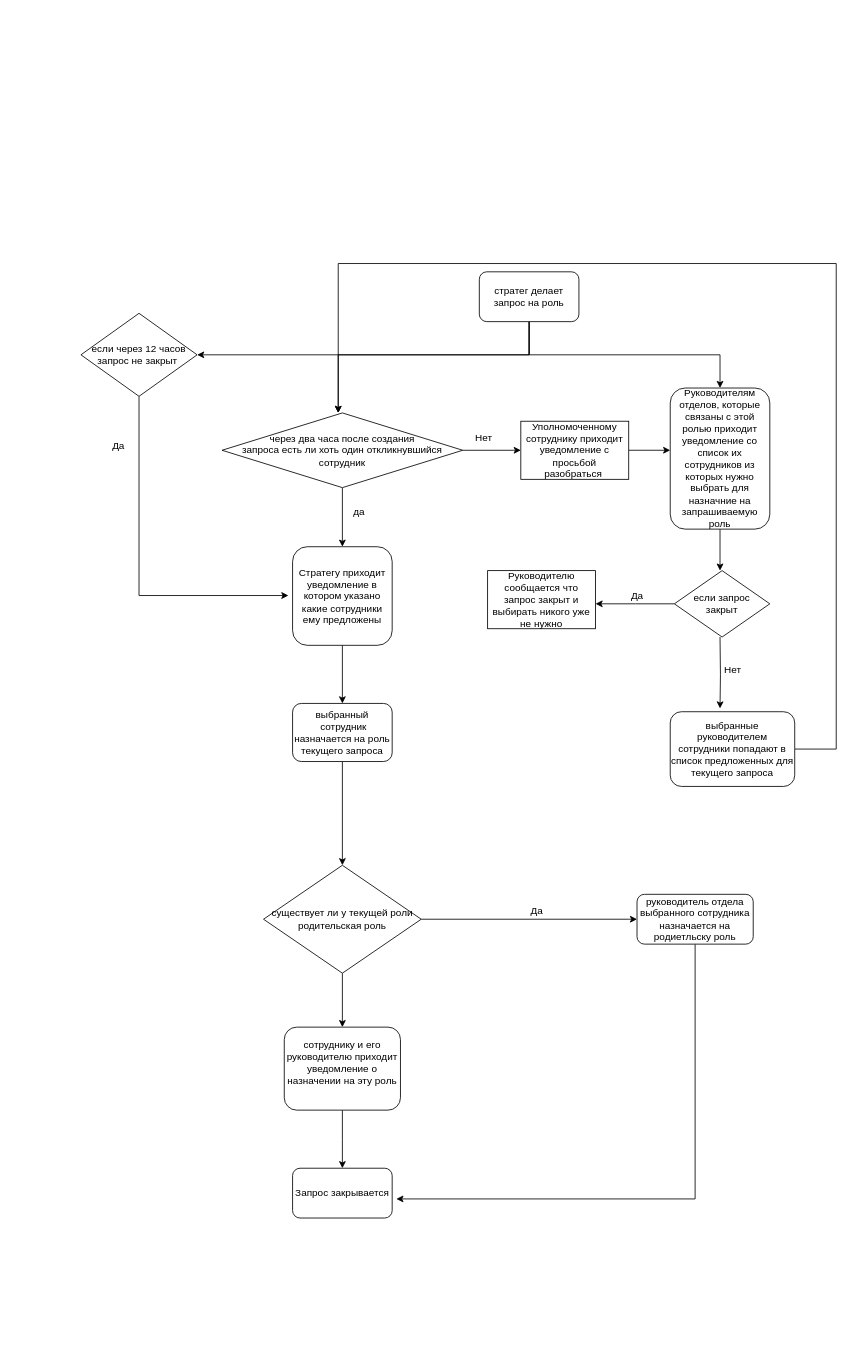
Above: Role_requests.drawio in IvanSlyadnev/chat (draw.io), before the change. Source tidied: cells renumbered, new cells numbered last; positions are measured from the earlier drawing's top-left corner, leaving out a move shared by most shapes. Both pictures are drawn from the tidied source at 83%, with x=0, y=0 at pixel (81, 263).
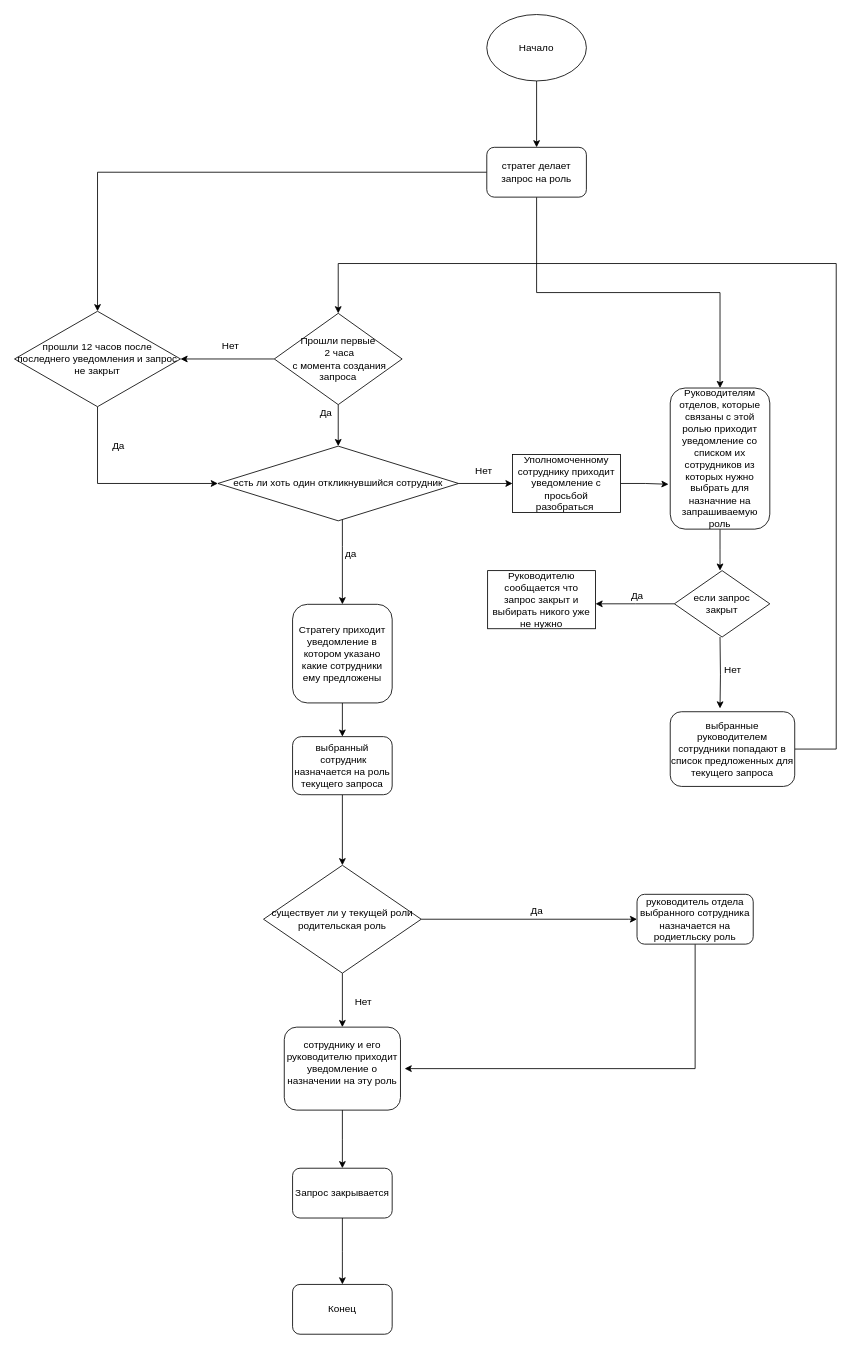
Above is the later version.

Unchanged cells that the change refers to:
```xml
<mxCell id="15" value="руководитель отдела выбранного сотрудника назначается на родиетльску роль&lt;br&gt;" style="rounded=1;whiteSpace=wrap;html=1;" parent="1" vertex="1">
  <mxGeometry x="670" y="760" width="140" height="60" as="geometry" />
</mxCell>
<mxCell id="20" value="выбранные руководителем сотрудники попадают в список предложенных для текущего запроса&lt;br&gt;" style="rounded=1;whiteSpace=wrap;html=1;" parent="1" vertex="1">
  <mxGeometry x="710" y="540" width="150" height="90" as="geometry" />
</mxCell>
<mxCell id="29" value="Запрос закрывается" style="rounded=1;whiteSpace=wrap;html=1;" parent="1" vertex="1">
  <mxGeometry x="255" y="1090" width="120" height="60" as="geometry" />
</mxCell>
```

The edit, as a diff of the source:
```diff
@@
-    <mxCell id="3" style="edgeStyle=orthogonalEdgeStyle;rounded=0;jettySize=auto;html=1;" parent="1" edge="1" source="5">
-      <mxGeometry relative="1" as="geometry">
-        <mxPoint x="310" y="180" as="targetPoint" />
-        <Array as="points">
-          <mxPoint x="540" y="110" />
-          <mxPoint x="310" y="110" />
-        </Array>
-      </mxGeometry>
-    </mxCell>
-    <mxCell id="4" style="edgeStyle=orthogonalEdgeStyle;rounded=0;jettySize=auto;html=1;entryX=1;entryY=0.5;entryDx=0;entryDy=0;" parent="1" edge="1" source="5" target="31">
-      <mxGeometry relative="1" as="geometry">
-        <Array as="points">
-          <mxPoint x="540" y="110" />
-        </Array>
-      </mxGeometry>
+    <mxCell id="4" style="edgeStyle=orthogonalEdgeStyle;rounded=0;jettySize=auto;html=1;entryX=0.5;entryY=0;entryDx=0;entryDy=0;" parent="1" edge="1" source="5" target="31">
+      <mxGeometry relative="1" as="geometry" />
     </mxCell>
     <mxCell id="5" value="стратег делает запрос на роль" style="rounded=1;whiteSpace=wrap;html=1;" parent="1" vertex="1">
-      <mxGeometry x="480" y="10" width="120" height="60" as="geometry" />
+      <mxGeometry x="489" y="-140" width="120" height="60" as="geometry" />
     </mxCell>
@@
-    <mxCell id="7" value="Руководителям отделов, которые связаны с этой ролью приходит уведомление со список их сотрудников из которых нужно выбрать для назначние на запрашиваемую роль&lt;br&gt;" style="rounded=1;whiteSpace=wrap;html=1;" parent="1" vertex="1">
+    <mxCell id="7" value="Руководителям отделов, которые связаны с этой ролью приходит уведомление со списком их сотрудников из которых нужно выбрать для назначние на запрашиваемую роль" style="rounded=1;whiteSpace=wrap;html=1;" parent="1" vertex="1">
       <mxGeometry x="710" y="150" width="120" height="170" as="geometry" />
     </mxCell>
@@
     <mxCell id="9" value="Стратегу приходит уведомление в котором указано какие сотрудники ему предложены" style="rounded=1;whiteSpace=wrap;html=1;" parent="1" vertex="1">
-      <mxGeometry x="255" y="341.2" width="120" height="118.8" as="geometry" />
+      <mxGeometry x="255" y="410.6" width="120" height="118.8" as="geometry" />
     </mxCell>
@@
     <mxCell id="11" value="выбранный&lt;br&gt;&amp;nbsp;сотрудник назначается на роль текущего запроса" style="rounded=1;whiteSpace=wrap;html=1;" parent="1" vertex="1">
-      <mxGeometry x="255" y="530" width="120" height="70" as="geometry" />
+      <mxGeometry x="255" y="570" width="120" height="70" as="geometry" />
     </mxCell>
@@
     <mxCell id="14" style="edgeStyle=orthogonalEdgeStyle;rounded=0;jettySize=auto;html=1;" parent="1" edge="1" source="15">
       <mxGeometry relative="1" as="geometry">
-        <mxPoint x="380" y="1127" as="targetPoint" />
+        <mxPoint x="390" y="970" as="targetPoint" />
         <Array as="points">
-          <mxPoint x="740" y="1127" />
-          <mxPoint x="670" y="1127" />
+          <mxPoint x="740" y="970" />
         </Array>
       </mxGeometry>
     </mxCell>
@@
-    <mxCell id="19" style="edgeStyle=orthogonalEdgeStyle;rounded=0;jettySize=auto;html=1;" parent="1" edge="1" source="20">
+    <mxCell id="19" style="edgeStyle=orthogonalEdgeStyle;rounded=0;jettySize=auto;html=1;entryX=0.5;entryY=0;entryDx=0;entryDy=0;" parent="1" edge="1" source="20" target="43">
       <mxGeometry relative="1" as="geometry">
-        <mxPoint x="310" y="180" as="targetPoint" />
         <Array as="points">
           <mxPoint x="910" y="585" />
           <mxPoint x="910" />
           <mxPoint x="310" />
         </Array>
       </mxGeometry>
     </mxCell>
@@
-    <mxCell id="23" value="&lt;span&gt;через два часа после создания&lt;br&gt;&lt;/span&gt;запроса&amp;nbsp;&lt;span&gt;есть ли хоть один откликнувшийся сотрудник&lt;/span&gt;" style="rhombus;whiteSpace=wrap;html=1;" parent="1" vertex="1">
-      <mxGeometry x="170" y="180" width="290" height="90" as="geometry" />
+    <mxCell id="23" value="&lt;span&gt;есть ли хоть один откликнувшийся сотрудник&lt;/span&gt;" style="rhombus;whiteSpace=wrap;html=1;" parent="1" vertex="1">
+      <mxGeometry x="165" y="220" width="290" height="90" as="geometry" />
     </mxCell>
@@
     <mxCell id="25" value="да" style="text;html=1;align=center;verticalAlign=middle;strokeColor=none;fillColor=none;" parent="1" vertex="1">
-      <mxGeometry x="320" y="290" width="30" height="20" as="geometry" />
+      <mxGeometry x="310" y="340" width="30" height="20" as="geometry" />
     </mxCell>
     <mxCell id="26" value="Нет" style="text;html=1;align=center;verticalAlign=middle;strokeColor=none;fillColor=none;" parent="1" vertex="1">
-      <mxGeometry x="465" y="200" width="40" height="20" as="geometry" />
+      <mxGeometry x="465" y="240" width="40" height="20" as="geometry" />
     </mxCell>
-    <mxCell id="27" style="edgeStyle=orthogonalEdgeStyle;rounded=0;jettySize=auto;html=1;entryX=0;entryY=0.441;entryDx=0;entryDy=0;entryPerimeter=0;" parent="1" edge="1" source="28" target="7">
+    <mxCell id="27" style="edgeStyle=orthogonalEdgeStyle;rounded=0;jettySize=auto;html=1;entryX=-0.017;entryY=0.682;entryDx=0;entryDy=0;entryPerimeter=0;" parent="1" edge="1" source="28" target="7">
       <mxGeometry relative="1" as="geometry" />
     </mxCell>
     <mxCell id="28" value="Уполномоченному сотруднику приходит уведомление с просьбой разобраться&amp;nbsp;" style="whiteSpace=wrap;html=1;" parent="1" vertex="1">
-      <mxGeometry x="530" y="190" width="130" height="70" as="geometry" />
+      <mxGeometry x="520" y="230" width="130" height="70" as="geometry" />
     </mxCell>
+    <mxCell id="39" style="edgeStyle=orthogonalEdgeStyle;rounded=0;jettySize=auto;html=1;" parent="1" edge="1" source="29">
+      <mxGeometry relative="1" as="geometry">
+        <mxPoint x="315" y="1230" as="targetPoint" />
+      </mxGeometry>
+    </mxCell>
@@
-    <mxCell id="30" style="edgeStyle=orthogonalEdgeStyle;rounded=0;jettySize=auto;html=1;" parent="1" edge="1" source="31">
-      <mxGeometry relative="1" as="geometry">
-        <mxPoint x="250" y="400" as="targetPoint" />
-        <Array as="points">
-          <mxPoint x="70" y="400" />
-        </Array>
-      </mxGeometry>
-    </mxCell>
+    <mxCell id="40" style="edgeStyle=orthogonalEdgeStyle;rounded=0;jettySize=auto;html=1;entryX=0;entryY=0.5;entryDx=0;entryDy=0;" parent="1" edge="1" source="31" target="23">
+      <mxGeometry relative="1" as="geometry">
+        <Array as="points">
+          <mxPoint x="20" y="265" />
+        </Array>
+      </mxGeometry>
+    </mxCell>
-    <mxCell id="31" value="если через 12 часов&lt;br&gt;запрос не закрыт&amp;nbsp;" style="rhombus;whiteSpace=wrap;html=1;" parent="1" vertex="1">
-      <mxGeometry y="60" width="140" height="100" as="geometry" />
+    <mxCell id="31" value="прошли 12 часов после последнего уведомления и запрос не закрыт" style="rhombus;whiteSpace=wrap;html=1;" parent="1" vertex="1">
+      <mxGeometry x="-80" y="57.5" width="200" height="115" as="geometry" />
     </mxCell>
@@
+    <mxCell id="41" style="edgeStyle=orthogonalEdgeStyle;rounded=0;jettySize=auto;html=1;entryX=0.5;entryY=0;entryDx=0;entryDy=0;" parent="1" edge="1" source="43" target="23">
+      <mxGeometry relative="1" as="geometry" />
+    </mxCell>
+    <mxCell id="42" style="edgeStyle=orthogonalEdgeStyle;rounded=0;jettySize=auto;html=1;entryX=1;entryY=0.5;entryDx=0;entryDy=0;" parent="1" edge="1" source="43" target="31">
+      <mxGeometry relative="1" as="geometry" />
+    </mxCell>
+    <mxCell id="43" value="Прошли первые&lt;br&gt;&amp;nbsp;2 часа&lt;br&gt;&amp;nbsp;с момента создания запроса" style="rhombus;whiteSpace=wrap;html=1;" parent="1" vertex="1">
+      <mxGeometry x="233" y="60" width="154" height="110" as="geometry" />
+    </mxCell>
+    <mxCell id="44" value="Да" style="text;html=1;align=center;verticalAlign=middle;strokeColor=none;fillColor=none;" parent="1" vertex="1">
+      <mxGeometry x="280" y="170" width="30" height="20" as="geometry" />
+    </mxCell>
+    <mxCell id="45" value="Нет" style="text;html=1;align=center;verticalAlign=middle;strokeColor=none;fillColor=none;" parent="1" vertex="1">
+      <mxGeometry x="320" y="880" width="40" height="20" as="geometry" />
+    </mxCell>
+    <mxCell id="46" value="Нет" style="text;html=1;align=center;verticalAlign=middle;strokeColor=none;fillColor=none;" parent="1" vertex="1">
+      <mxGeometry x="160" y="90" width="40" height="20" as="geometry" />
+    </mxCell>
+    <mxCell id="47" style="edgeStyle=orthogonalEdgeStyle;rounded=0;jettySize=auto;html=1;entryX=0.5;entryY=0;entryDx=0;entryDy=0;" parent="1" edge="1" source="48" target="5">
+      <mxGeometry relative="1" as="geometry" />
+    </mxCell>
+    <mxCell id="48" value="Начало" style="ellipse;whiteSpace=wrap;html=1;" parent="1" vertex="1">
+      <mxGeometry x="489" y="-300" width="120" height="80" as="geometry" />
+    </mxCell>
+    <mxCell id="49" value="Конец" style="rounded=1;whiteSpace=wrap;html=1;" parent="1" vertex="1">
+      <mxGeometry x="255" y="1230" width="120" height="60" as="geometry" />
+    </mxCell>
```
